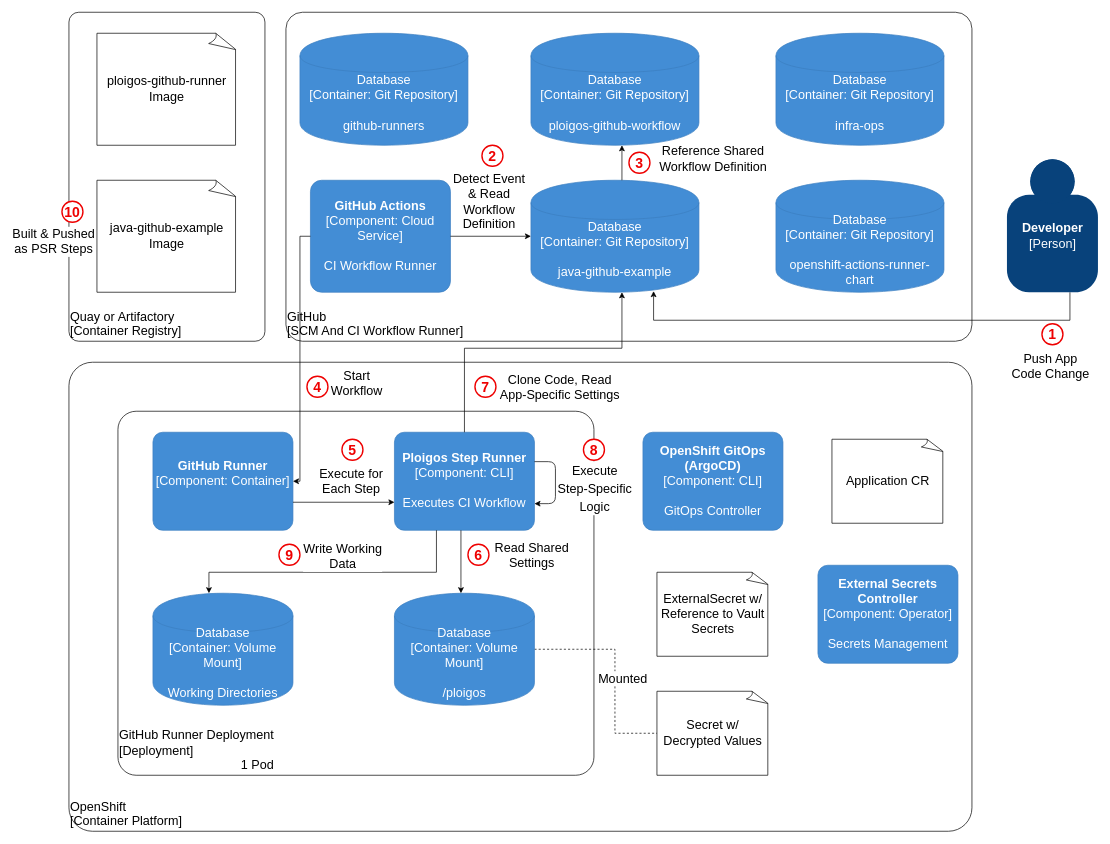
Above: page "Interaction - Workflow Execution" (3 of 3) of docs/ploigos-github-diagrams.drawio in ploigos/infra-ops (draw.io), before the change. Source tidied: cells renumbered, new cells numbered last; positions are measured from the earlier drawing's top-left corner, leaving out a move shared by most shapes. Both pictures are drawn from the tidied source at 70%, with x=0, y=0 at pixel (34, 12).
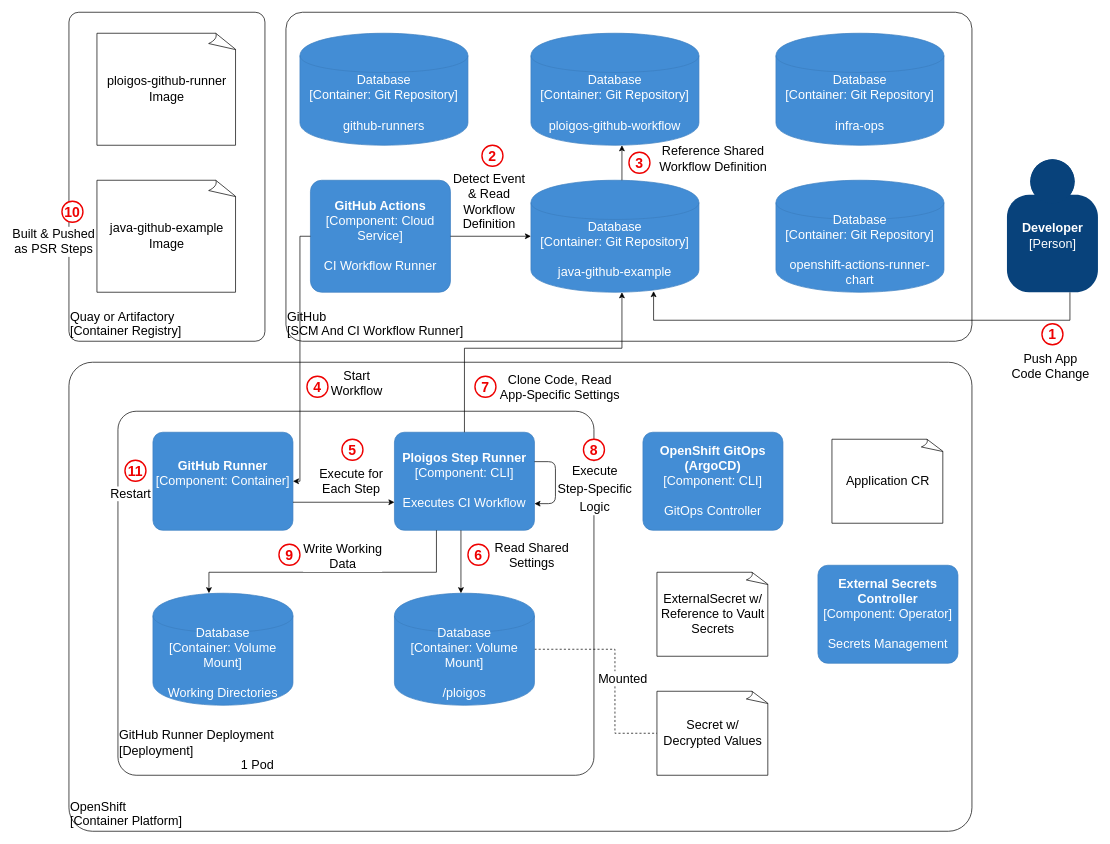
Above is the later version.

Change to the diagram source:
```diff
@@
+    <mxCell id="54" value="11" style="ellipse;whiteSpace=wrap;html=1;fontSize=20;strokeColor=#EE0000;fontColor=#EE0000;fontStyle=1;strokeWidth=2;" parent="1" vertex="1">
+      <mxGeometry x="130" y="640" width="30" height="30" as="geometry" />
+    </mxCell>
+    <mxCell id="55" value="Restart" style="edgeLabel;html=1;align=center;verticalAlign=middle;fontSize=18;" parent="1" vertex="1">
+      <mxGeometry x="110" y="680" as="geometry">
+        <mxPoint x="27" y="7" as="offset" />
+      </mxGeometry>
+    </mxCell>
```
